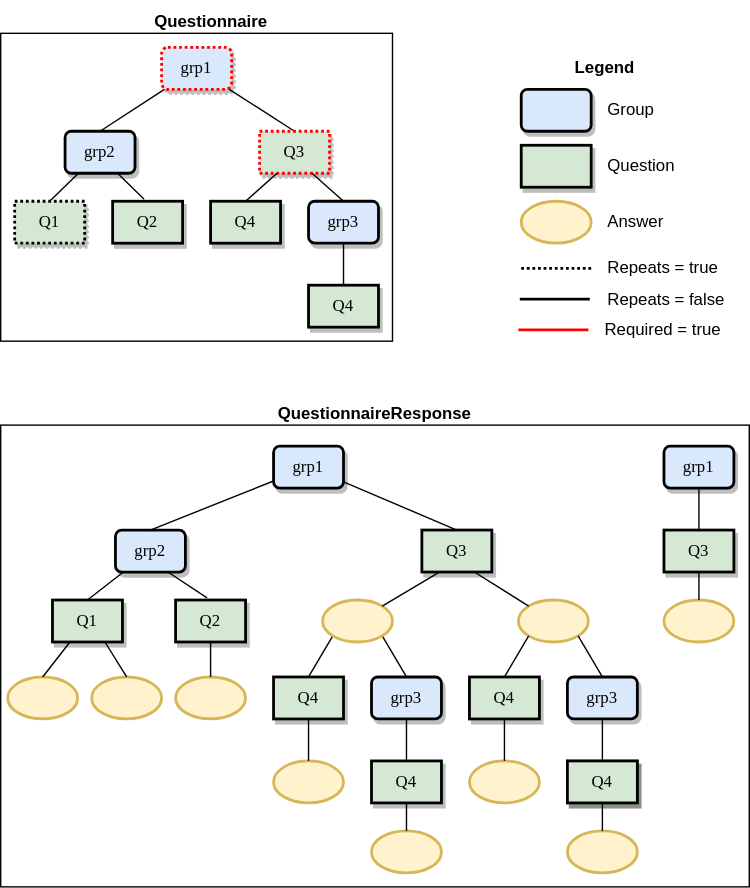
HL7/fhir keeps this draw.io diagram as images/QuestionnaireItems.svg. Above is the earlier version. Source tidied: cells renumbered, new cells last; positions are measured from the earlier drawing's top-left corner, leaving out a move shared by most shapes.
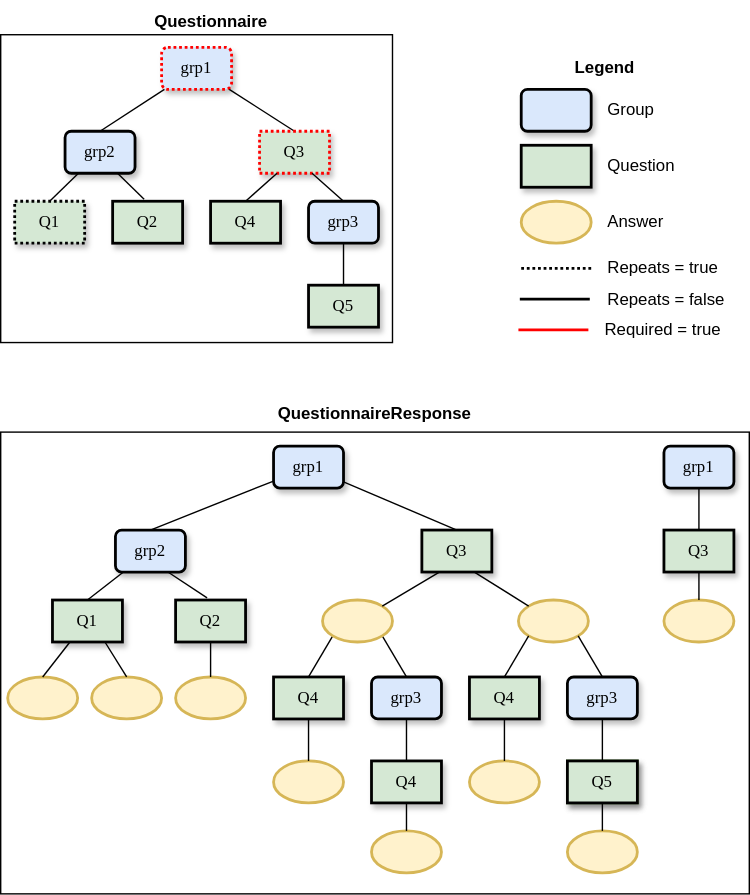
After the commit.

Commit message:
https://jira.hl7.org/browse/FHIR-42727 - Fixed QuestionnaireResponse diagram

Diff of the diagram source:
```diff
@@ -41,7 +41,7 @@
     <mxCell id="14" value="&lt;span&gt;grp3&lt;/span&gt;" style="whiteSpace=wrap;html=1;rounded=1;shadow=1;labelBackgroundColor=none;strokeWidth=2;fontFamily=Verdana;fontSize=12;align=center;fillColor=#dae8fc;strokeColor=#000000;" parent="1" vertex="1">
       <mxGeometry x="220" y="143" width="50" height="30" as="geometry" />
     </mxCell>
-    <mxCell id="15" value="&lt;span&gt;Q4&lt;br&gt;&lt;/span&gt;" style="whiteSpace=wrap;html=1;rounded=0;shadow=1;labelBackgroundColor=none;strokeWidth=2;fontFamily=Verdana;fontSize=12;align=center;fillColor=#d5e8d4;strokeColor=#000000;" parent="1" vertex="1">
+    <mxCell id="15" value="&lt;span&gt;Q5&lt;br&gt;&lt;/span&gt;" style="whiteSpace=wrap;html=1;rounded=0;shadow=1;labelBackgroundColor=none;strokeWidth=2;fontFamily=Verdana;fontSize=12;align=center;fillColor=#d5e8d4;strokeColor=#000000;" parent="1" vertex="1">
       <mxGeometry x="220" y="203" width="50" height="30" as="geometry" />
     </mxCell>
     <mxCell id="16" style="rounded=0;html=1;labelBackgroundColor=none;startArrow=none;startFill=0;startSize=5;endArrow=none;endFill=0;endSize=5;jettySize=auto;strokeWidth=1;fontFamily=Verdana;fontSize=12;entryX=0.75;entryY=1;entryDx=0;entryDy=0;exitX=0.5;exitY=0;exitDx=0;exitDy=0;" parent="1" edge="1" source="14" target="6">
@@ -188,7 +188,7 @@
     <mxCell id="60" value="Required = true" style="text;html=1;strokeColor=none;fillColor=none;align=left;verticalAlign=middle;whiteSpace=wrap;rounded=0;" parent="1" vertex="1">
       <mxGeometry x="430" y="220" width="90" height="30" as="geometry" />
     </mxCell>
-    <mxCell id="61" value="&lt;span&gt;Q4&lt;br&gt;&lt;/span&gt;" style="whiteSpace=wrap;html=1;rounded=0;shadow=1;labelBackgroundColor=none;strokeWidth=2;fontFamily=Verdana;fontSize=12;align=center;fillColor=#d5e8d4;strokeColor=#000000;" parent="1" vertex="1">
+    <mxCell id="61" value="&lt;span&gt;Q5&lt;br&gt;&lt;/span&gt;" style="whiteSpace=wrap;html=1;rounded=0;shadow=1;labelBackgroundColor=none;strokeWidth=2;fontFamily=Verdana;fontSize=12;align=center;fillColor=#d5e8d4;strokeColor=#000000;" parent="1" vertex="1">
       <mxGeometry x="405" y="543" width="50" height="30" as="geometry" />
     </mxCell>
     <mxCell id="62" value="grp1" style="whiteSpace=wrap;html=1;rounded=1;shadow=1;labelBackgroundColor=none;strokeWidth=2;fontFamily=Verdana;fontSize=12;align=center;fillColor=#dae8fc;strokeColor=#000000;" parent="1" vertex="1">
@@ -231,10 +231,10 @@
       <mxGeometry x="0.14" y="16" relative="1" as="geometry" />
     </mxCell>
     <mxCell id="75" style="rounded=0;whiteSpace=wrap;html=1;fontSize=14;fontColor=#000000;strokeColor=#000000;strokeWidth=1;fillColor=none;" parent="1" vertex="1">
-      <mxGeometry y="23" width="280" height="220" as="geometry" />
+      <mxGeometry y="24" width="280" height="220" as="geometry" />
     </mxCell>
     <mxCell id="76" style="rounded=0;whiteSpace=wrap;html=1;fontSize=14;fontColor=#000000;strokeColor=#000000;strokeWidth=1;fillColor=none;" parent="1" vertex="1">
-      <mxGeometry y="303" width="535" height="330" as="geometry" />
+      <mxGeometry y="308" width="535" height="330" as="geometry" />
     </mxCell>
     <mxCell id="77" value="Questionnaire" style="text;html=1;strokeColor=none;fillColor=none;align=center;verticalAlign=middle;whiteSpace=wrap;rounded=0;fontStyle=1;" parent="1" vertex="1">
       <mxGeometry x="87.5" width="125" height="30" as="geometry" />
```
